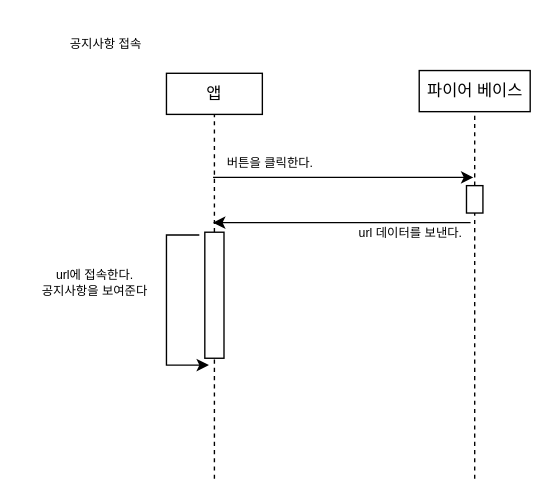
The draw.io diagram Untitled Diagram.drawio in seongjin17/gnu, before the edit. Source tidied: cells renumbered, new cells numbered last; positions are measured from the earlier drawing's top-left corner, leaving out a move shared by most shapes. Both pictures are drawn from the tidied source at 137%, with x=0, y=0 at pixel (23, 23).
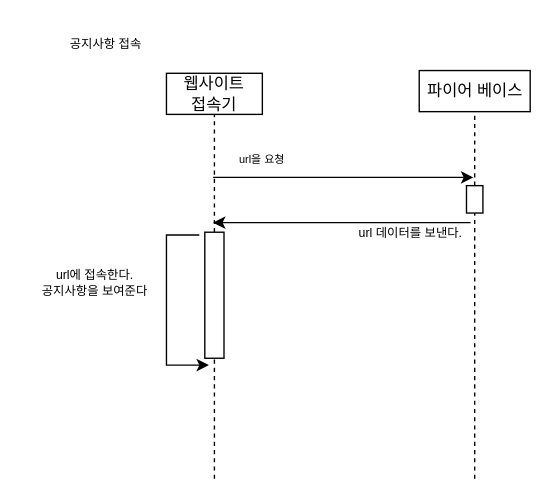
Above is the later version.

Change to the diagram source:
```diff
@@
-    <mxCell id="2" value="앱" style="rounded=0;whiteSpace=wrap;html=1;" parent="1" vertex="1">
+    <mxCell id="2" value="웹사이트&lt;br&gt;접속기" style="rounded=0;whiteSpace=wrap;html=1;" parent="1" vertex="1">
       <mxGeometry x="104" y="36" width="70" height="30" as="geometry" />
     </mxCell>
@@
-    <mxCell id="7" value="&lt;font style=&quot;font-size: 9px&quot;&gt;버튼을 클릭한다.&lt;/font&gt;" style="text;html=1;strokeColor=none;fillColor=none;align=center;verticalAlign=middle;whiteSpace=wrap;rounded=0;fontSize=5;" parent="1" vertex="1">
-      <mxGeometry x="138" y="92" width="84" height="20" as="geometry" />
+    <mxCell id="7" value="&lt;font style=&quot;font-size: 8px;&quot;&gt;url을 요쳥&lt;/font&gt;" style="text;html=1;strokeColor=none;fillColor=none;align=center;verticalAlign=middle;whiteSpace=wrap;rounded=0;fontSize=8;" parent="1" vertex="1">
+      <mxGeometry x="132" y="89" width="84" height="20" as="geometry" />
     </mxCell>
```
